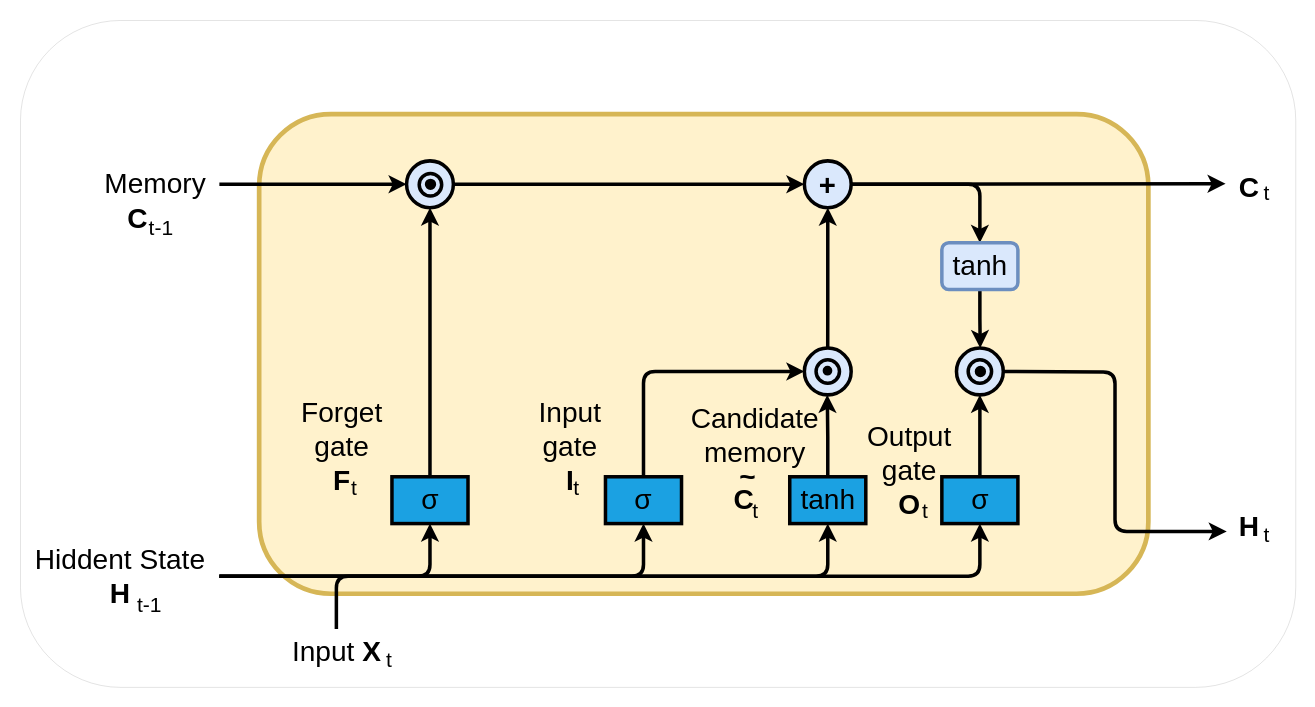
Earlier version of the draw.io diagram src/img/lstm.drawio (LorenzoLongarini/RUL-estimation-of-lithium-batteries). Source tidied: cells renumbered, new cells numbered last; positions are measured from the earlier drawing's top-left corner, leaving out a move shared by most shapes. Both pictures are drawn from the tidied source at 117%, with x=0, y=0 at pixel (20, 20).
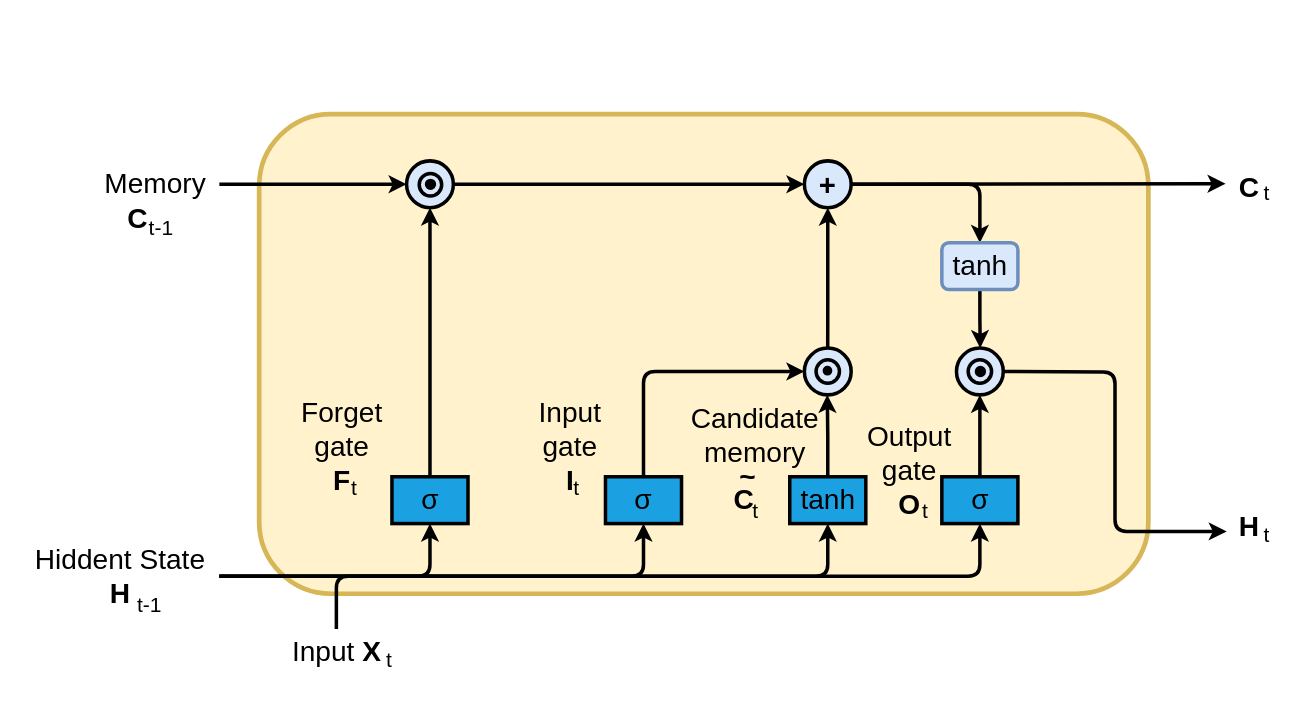
The same page after the edit.

The edit, as a diff of the source:
```diff
@@
-    <mxCell id="2" style="rounded=1;whiteSpace=wrap;html=1;strokeWidth=0;" parent="1" vertex="1">
-      <mxGeometry width="1090" height="570" as="geometry" />
-    </mxCell>
```
